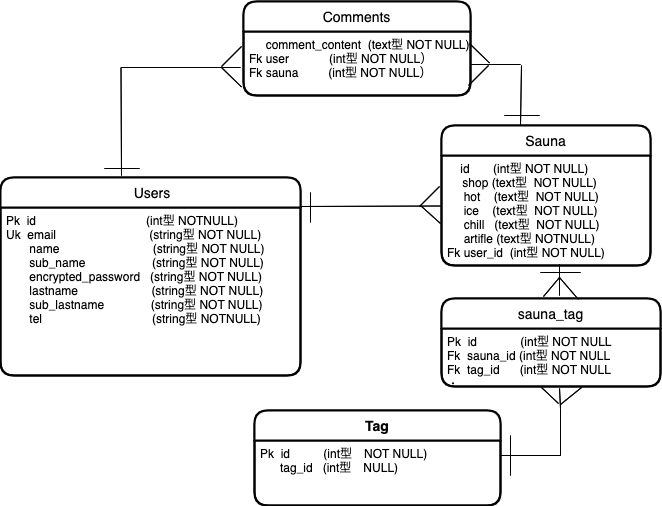
The draw.io diagram ER.png in ykkTechc/sample_repository, before a commit. Source tidied: cells renumbered, new cells last; positions are measured from the earlier drawing's top-left corner, leaving out a move shared by most shapes.
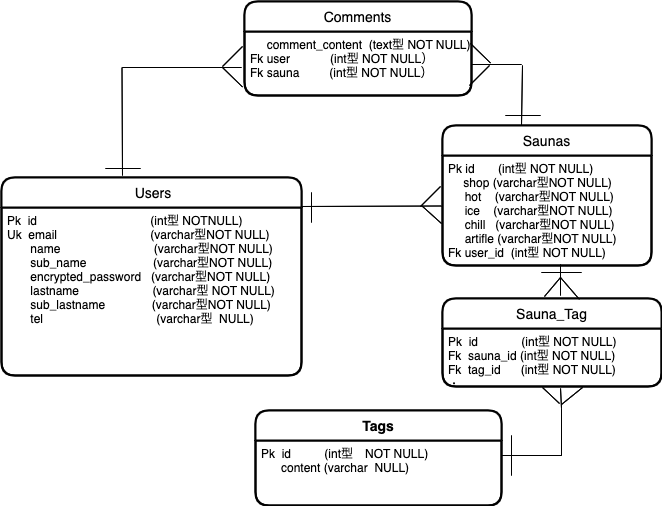
Above is the later version.

Commit message:
テーブル定義書　ER図修正

Diff of the diagram source:
```diff
@@ -5,7 +5,7 @@
     <mxCell id="2" value=" Users" style="swimlane;horizontal=1;startSize=30;rounded=1;fontSize=14;fontStyle=0;strokeWidth=2;shadow=0;dashed=0;align=center;" parent="1" vertex="1">
       <mxGeometry y="176" width="300" height="198" as="geometry" />
     </mxCell>
-    <mxCell id="3" value="Pk  id                                 (int型 NOTNULL)&#10;Uk  email                            (string型 NOT NULL) 　　　　　　      　&#10;       name                            (string型 NOT NULL)&#10;       sub_name                    (string型 NOT NULL)      &#10;       encrypted_password   (string型 NOT NULL)&#10;       lastname                      (string型 NOT NULL)&#10;       sub_lastname              (string型 NOT NULL)&#10;       tel                                 (string型 NOTNULL)&#10;" style="align=left;strokeColor=none;fillColor=none;spacingLeft=4;fontSize=12;verticalAlign=top;" parent="2" vertex="1">
+    <mxCell id="3" value="Pk  id                                  (int型 NOTNULL)&#10;Uk  email                            (varchar型NOT NULL)&#10;       name                            (varchar型NOT NULL)&#10;       sub_name                    (varchar型NOT NULL)      &#10;       encrypted_password   (varchar型NOT NULL)&#10;       lastname                      (varchar型 NOT NULL)&#10;       sub_lastname              (varchar型NOT NULL)&#10;       tel                                  (varchar型  NULL)&#10;      &#10;" style="align=left;strokeColor=none;fillColor=none;spacingLeft=4;fontSize=12;verticalAlign=top;" parent="2" vertex="1">
       <mxGeometry y="30" width="300" height="168" as="geometry" />
     </mxCell>
     <mxCell id="4" value="Comments" style="swimlane;horizontal=1;startSize=30;rounded=1;fontSize=14;fontStyle=0;strokeWidth=2;shadow=0;dashed=0;align=center;" parent="1" vertex="1">
@@ -31,7 +31,7 @@
         </Array>
       </mxGeometry>
     </mxCell>
-    <mxCell id="9" value="    id       (int型 NOT NULL)&#10; 　shop (text型  NOT NULL)&#10;     hot    (text型  NOT NULL)&#10;     ice    (text型  NOT NULL)&#10;     chill   (text型  NOT NULL)&#10;     artifle (text型 NOTNULL)&#10;Fk user_id  (int型 NOT NULL)&#10;" style="align=left;strokeColor=none;fillColor=none;spacingLeft=4;fontSize=12;verticalAlign=top;" parent="7" vertex="1">
+    <mxCell id="9" value="Pk id       (int型 NOT NULL)&#10; 　shop (varchar型NOT NULL)&#10;     hot    (varchar型NOT NULL)&#10;     ice    (varchar型NOT NULL)&#10;     chill   (varchar型NOT NULL)&#10;     artifle (varchar型NOT NULL)&#10;Fk user_id  (int型 NOT NULL)&#10;" style="align=left;strokeColor=none;fillColor=none;spacingLeft=4;fontSize=12;verticalAlign=top;" parent="7" vertex="1">
       <mxGeometry y="30" width="209" height="110" as="geometry" />
     </mxCell>
     <mxCell id="10" style="endArrow=none;html=1;rounded=0;entryX=0;entryY=0.75;entryDx=0;entryDy=0;" parent="7" edge="1">
@@ -121,13 +121,13 @@
     <mxCell id="23" value="Center" style="swimlane;horizontal=1;startSize=30;rounded=1;fontSize=14;fontStyle=0;strokeWidth=2;shadow=0;dashed=0;align=center;" parent="1" vertex="1">
       <mxGeometry x="441" y="297" width="219" height="88" as="geometry" />
     </mxCell>
-    <mxCell id="24" value="Pk  id             (int型 NOT NULL&#10;Fk  sauna_id (int型 NOT NULL&#10;Fk  tag_id      (int型 NOT NULL&#10;・" style="align=left;strokeColor=none;fillColor=none;spacingLeft=4;fontSize=12;verticalAlign=top;" parent="23" vertex="1">
+    <mxCell id="24" value="Pk  id             (int型 NOT NULL)&#10;Fk  sauna_id (int型 NOT NULL)&#10;Fk  tag_id      (int型 NOT NULL)&#10;・" style="align=left;strokeColor=none;fillColor=none;spacingLeft=4;fontSize=12;verticalAlign=top;" parent="23" vertex="1">
       <mxGeometry y="30" width="219" height="58" as="geometry" />
     </mxCell>
     <mxCell id="25" value="Tag" style="swimlane;horizontal=1;startSize=30;rounded=1;fontSize=14;fontStyle=0;strokeWidth=2;shadow=0;dashed=0;align=center;" parent="1" vertex="1">
       <mxGeometry x="254" y="409" width="246" height="95" as="geometry" />
     </mxCell>
-    <mxCell id="26" value="Pk  id          (int型　NOT NULL)&#10;      tag_id   (int型　NULL)" style="align=left;strokeColor=none;fillColor=none;spacingLeft=4;fontSize=12;verticalAlign=top;" parent="25" vertex="1">
+    <mxCell id="26" value="Pk  id          (int型　NOT NULL)&#10;      content (varchar  NULL)" style="align=left;strokeColor=none;fillColor=none;spacingLeft=4;fontSize=12;verticalAlign=top;" parent="25" vertex="1">
       <mxGeometry y="30" width="246" height="65" as="geometry" />
     </mxCell>
     <mxCell id="27" style="endArrow=none;html=1;rounded=0;" parent="1" edge="1">
@@ -197,7 +197,7 @@
         <mxPoint x="113.5" y="94" as="sourcePoint" />
       </mxGeometry>
     </mxCell>
-    <mxCell id="39" value="Sauna" style="swimlane;horizontal=1;startSize=30;rounded=1;fontSize=14;fontStyle=0;strokeWidth=2;shadow=0;dashed=0;align=center;" parent="1" vertex="1">
+    <mxCell id="39" value="Saunas" style="swimlane;horizontal=1;startSize=30;rounded=1;fontSize=14;fontStyle=0;strokeWidth=2;shadow=0;dashed=0;align=center;" parent="1" vertex="1">
       <mxGeometry x="441" y="124" width="209" height="140" as="geometry" />
     </mxCell>
     <mxCell id="40" style="endArrow=none;html=1;rounded=0;" parent="39" edge="1">
@@ -293,10 +293,10 @@
         <mxPoint x="504" y="114" as="targetPoint" />
       </mxGeometry>
     </mxCell>
-    <mxCell id="54" value="sauna_tag" style="swimlane;horizontal=1;startSize=30;rounded=1;fontSize=14;fontStyle=0;strokeWidth=2;shadow=0;dashed=0;align=center;" parent="1" vertex="1">
+    <mxCell id="54" value="Sauna_Tag" style="swimlane;horizontal=1;startSize=30;rounded=1;fontSize=14;fontStyle=0;strokeWidth=2;shadow=0;dashed=0;align=center;" parent="1" vertex="1">
       <mxGeometry x="441" y="297" width="219" height="88" as="geometry" />
     </mxCell>
-    <mxCell id="55" value="Tag" style="swimlane;horizontal=1;startSize=30;rounded=1;fontSize=14;fontStyle=1;strokeWidth=2;shadow=0;dashed=0;align=center;" parent="1" vertex="1">
+    <mxCell id="55" value="Tags" style="swimlane;horizontal=1;startSize=30;rounded=1;fontSize=14;fontStyle=1;strokeWidth=2;shadow=0;dashed=0;align=center;" parent="1" vertex="1">
       <mxGeometry x="254" y="409" width="246" height="95" as="geometry" />
     </mxCell>
     <mxCell id="56" style="endArrow=none;html=1;rounded=0;" parent="1" edge="1">
```
